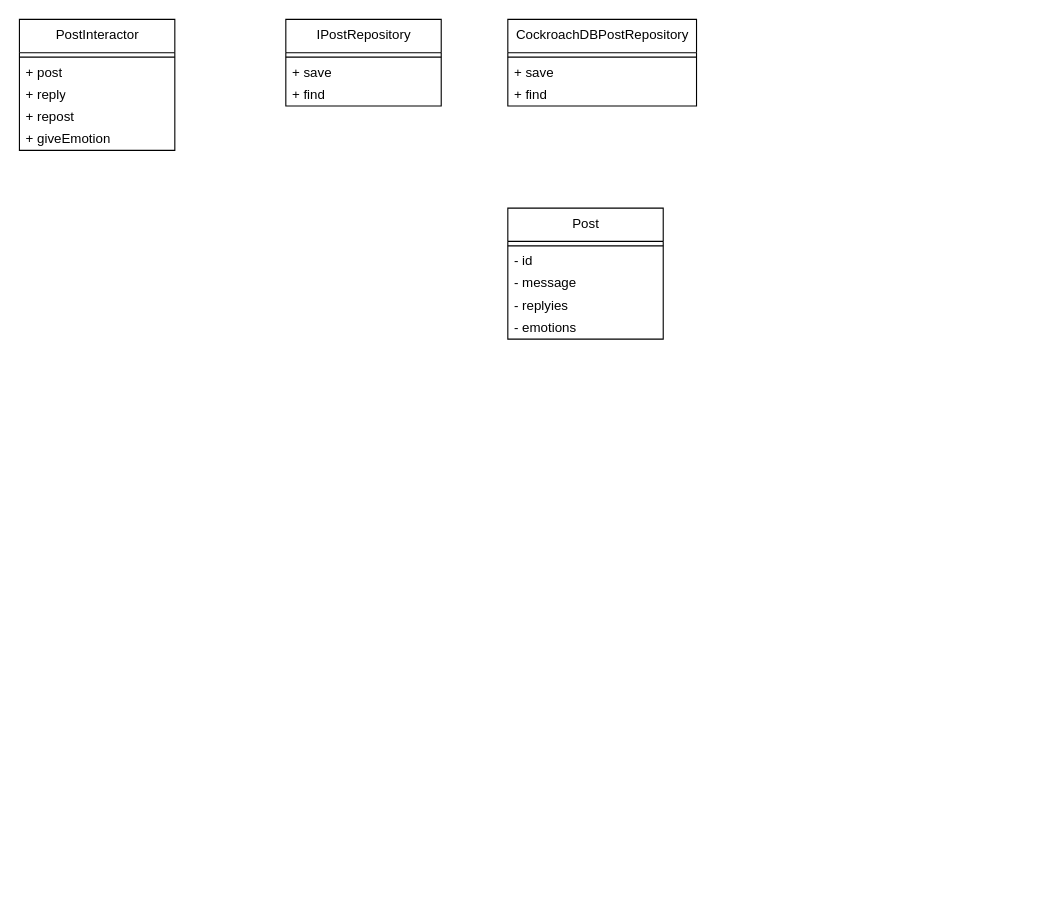
This is page "PostModule" (5 of 5) of ff14-sns.drawio from Mouwf/FF14SNS, a draw.io file, before an edit. Source tidied: cells renumbered, new cells numbered last; positions are measured from the earlier drawing's top-left corner, leaving out a move shared by most shapes. Both pictures are drawn from the tidied source at 111%, with x=0, y=0 at pixel (19, 19).
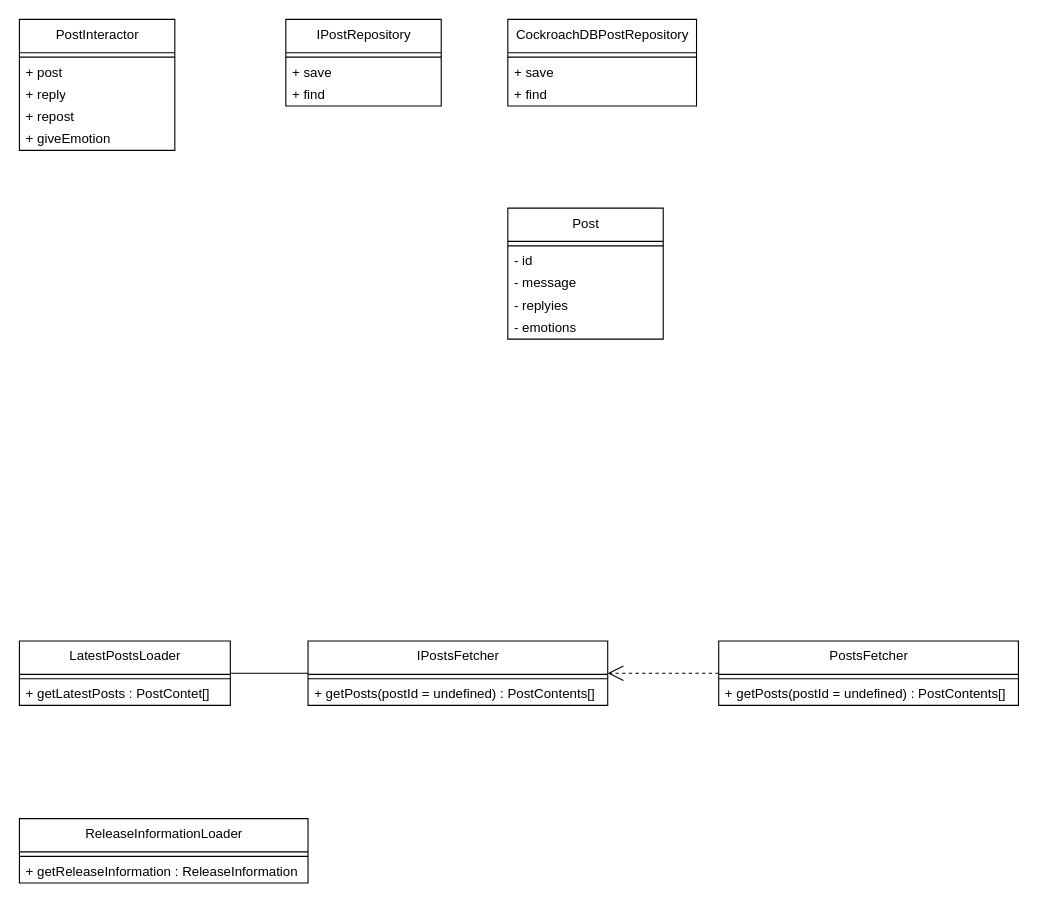
Above is the later version.

What changed in the source:
```diff
@@
+    <mxCell id="22" value="ReleaseInformationLoader" style="swimlane;fontStyle=0;align=center;verticalAlign=top;horizontal=1;startSize=30;html=1;" parent="1" vertex="1">
+      <mxGeometry y="720" width="260" height="58" as="geometry" />
+    </mxCell>
+    <mxCell id="23" style="line;strokeWidth=1;fillColor=none;align=left;verticalAlign=middle;spacingTop=-1;spacingLeft=3;spacingRight=3;labelPosition=right;" parent="22" vertex="1">
+      <mxGeometry y="30" width="260" height="8" as="geometry" />
+    </mxCell>
+    <mxCell id="24" value="+ getReleaseInformation : ReleaseInformation" style="text;html=1;strokeColor=none;fillColor=none;align=left;verticalAlign=middle;spacingLeft=4;spacingRight=4;overflow=hidden;" parent="22" vertex="1">
+      <mxGeometry y="38" width="260" height="20" as="geometry" />
+    </mxCell>
+    <mxCell id="25" style="edgeStyle=none;html=1;exitX=1;exitY=0.5;exitDx=0;exitDy=0;endArrow=none;endFill=0;" parent="1" edge="1" source="26" target="29">
+      <mxGeometry relative="1" as="geometry" />
+    </mxCell>
+    <mxCell id="26" value="LatestPostsLoader" style="swimlane;fontStyle=0;align=center;verticalAlign=top;horizontal=1;startSize=30;html=1;" parent="1" vertex="1">
+      <mxGeometry y="560" width="190" height="58" as="geometry" />
+    </mxCell>
+    <mxCell id="27" style="line;strokeWidth=1;fillColor=none;align=left;verticalAlign=middle;spacingTop=-1;spacingLeft=3;spacingRight=3;labelPosition=right;" parent="26" vertex="1">
+      <mxGeometry y="30" width="190" height="8" as="geometry" />
+    </mxCell>
+    <mxCell id="28" value="+ getLatestPosts : PostContet[]" style="text;html=1;strokeColor=none;fillColor=none;align=left;verticalAlign=middle;spacingLeft=4;spacingRight=4;overflow=hidden;" parent="26" vertex="1">
+      <mxGeometry y="38" width="190" height="20" as="geometry" />
+    </mxCell>
+    <mxCell id="29" value="IPostsFetcher" style="swimlane;fontStyle=0;align=center;verticalAlign=top;horizontal=1;startSize=30;html=1;" parent="1" vertex="1">
+      <mxGeometry x="260" y="560" width="270" height="58" as="geometry" />
+    </mxCell>
+    <mxCell id="30" style="line;strokeWidth=1;fillColor=none;align=left;verticalAlign=middle;spacingTop=-1;spacingLeft=3;spacingRight=3;labelPosition=right;" parent="29" vertex="1">
+      <mxGeometry y="30" width="270" height="8" as="geometry" />
+    </mxCell>
+    <mxCell id="31" value="+ getPosts(postId = undefined) : PostContents[]" style="text;html=1;strokeColor=none;fillColor=none;align=left;verticalAlign=middle;spacingLeft=4;spacingRight=4;overflow=hidden;" parent="29" vertex="1">
+      <mxGeometry y="38" width="270" height="20" as="geometry" />
+    </mxCell>
+    <mxCell id="32" style="edgeStyle=none;html=1;exitX=0;exitY=0.5;exitDx=0;exitDy=0;entryX=1;entryY=0.5;entryDx=0;entryDy=0;endArrow=open;endFill=0;dashed=1;endSize=12;" parent="1" edge="1" source="33" target="29">
+      <mxGeometry relative="1" as="geometry" />
+    </mxCell>
+    <mxCell id="33" value="PostsFetcher" style="swimlane;fontStyle=0;align=center;verticalAlign=top;horizontal=1;startSize=30;html=1;" parent="1" vertex="1">
+      <mxGeometry x="630" y="560" width="270" height="58" as="geometry" />
+    </mxCell>
+    <mxCell id="34" style="line;strokeWidth=1;fillColor=none;align=left;verticalAlign=middle;spacingTop=-1;spacingLeft=3;spacingRight=3;labelPosition=right;" parent="33" vertex="1">
+      <mxGeometry y="30" width="270" height="8" as="geometry" />
+    </mxCell>
+    <mxCell id="35" value="+ getPosts(postId = undefined) : PostContents[]" style="text;html=1;strokeColor=none;fillColor=none;align=left;verticalAlign=middle;spacingLeft=4;spacingRight=4;overflow=hidden;" parent="33" vertex="1">
+      <mxGeometry y="38" width="270" height="20" as="geometry" />
+    </mxCell>
```
